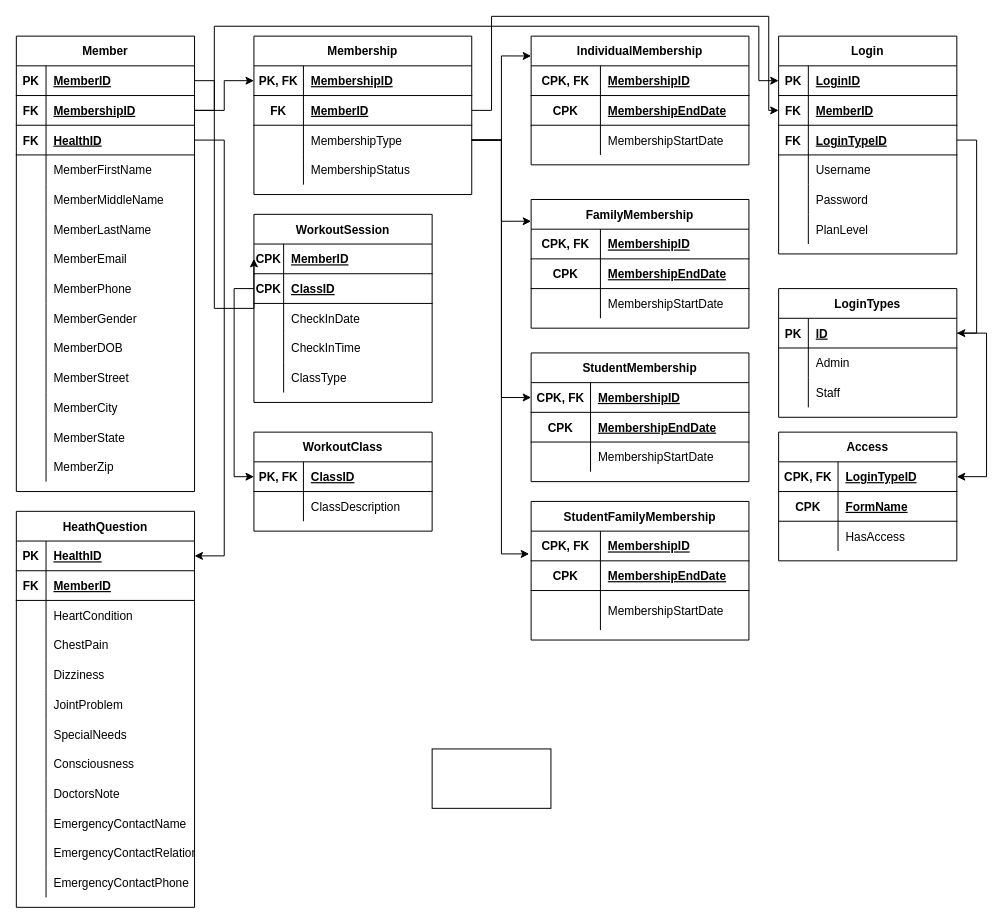
Above: Untitled Diagram.drawio in aayushbhurtel/gym-management-system (draw.io), before the change. Source tidied: cells renumbered, new cells numbered last; positions are measured from the earlier drawing's top-left corner, leaving out a move shared by most shapes. Both pictures are drawn from the tidied source at 99%, with x=0, y=0 at pixel (16, 16).
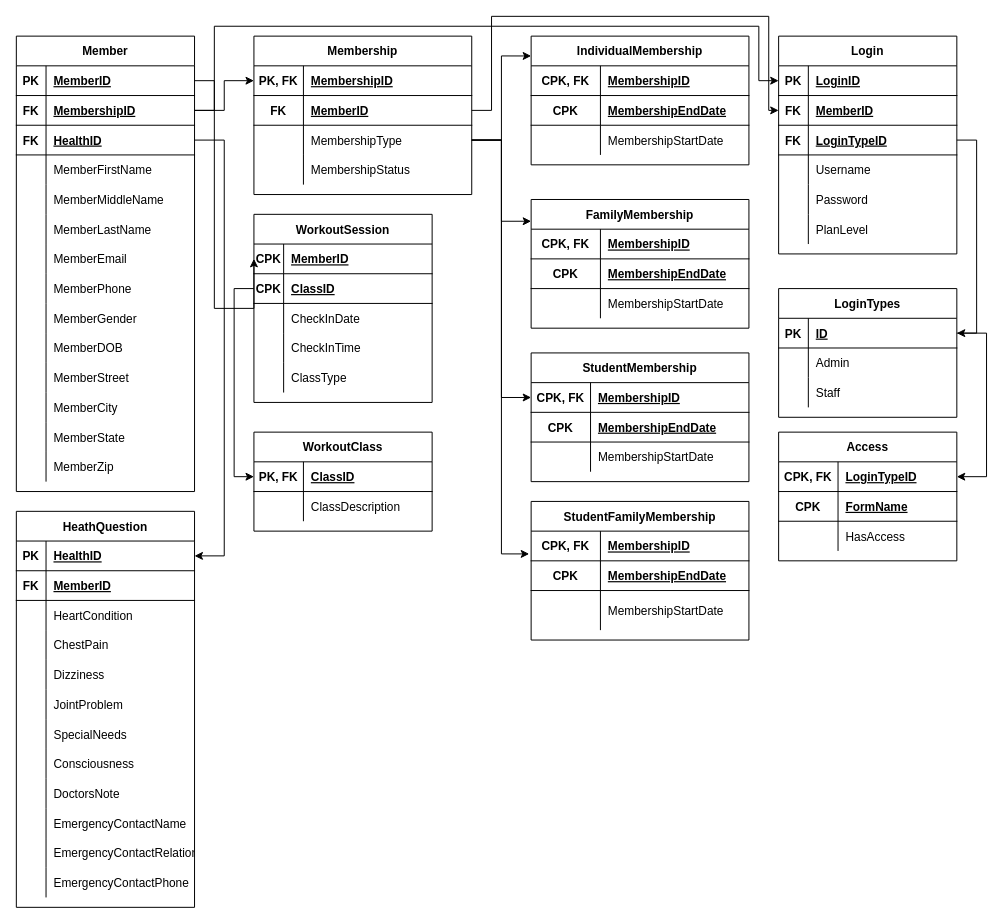
After the change.

What changed in the source:
```diff
@@
-    <mxCell id="209" style="rounded=0;whiteSpace=wrap;html=1;" parent="1" vertex="1">
-      <mxGeometry x="420" y="740" width="120" height="60" as="geometry" />
-    </mxCell>
```
